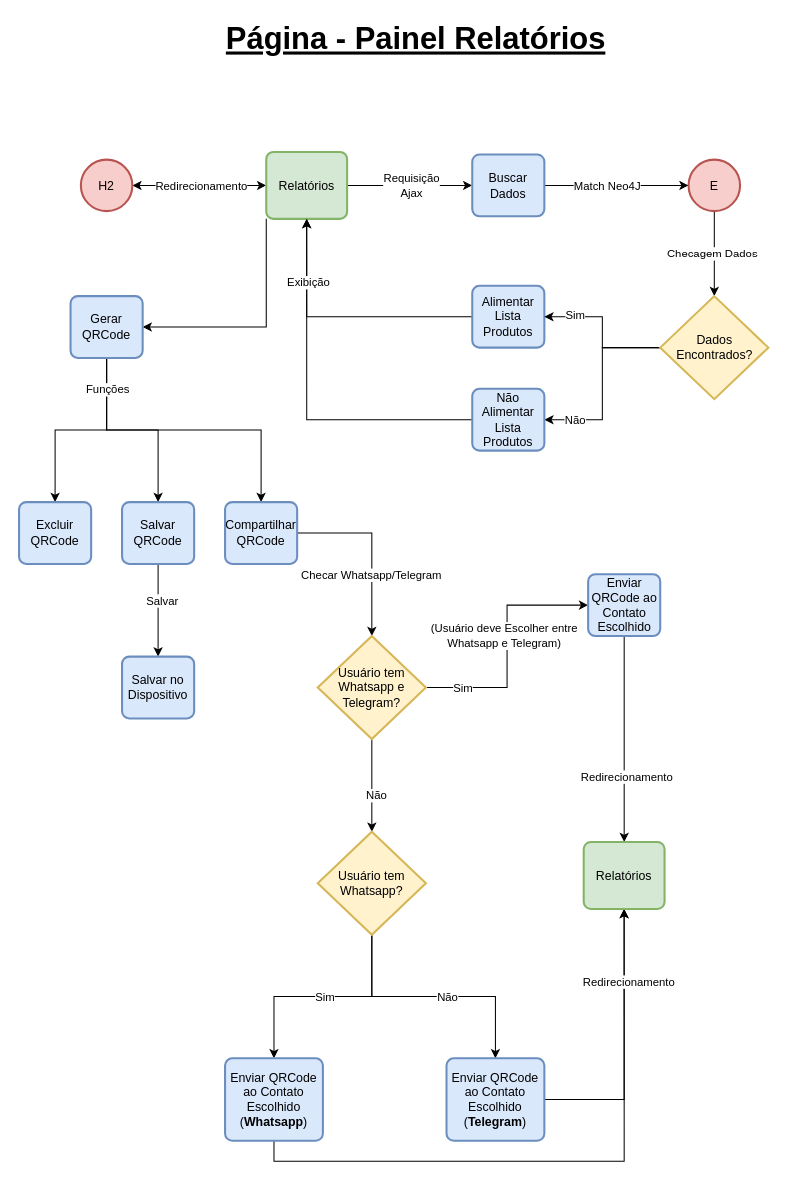
Above: page "Flow - Relatórios" (10 of 15) of TCC/Flow.drawio in CSFelix/UML (draw.io), before the change. Source tidied: cells renumbered, new cells numbered last; positions are measured from the earlier drawing's top-left corner, leaving out a move shared by most shapes. Both pictures are drawn from the tidied source at 103%, with x=0, y=0 at pixel (19, 18).
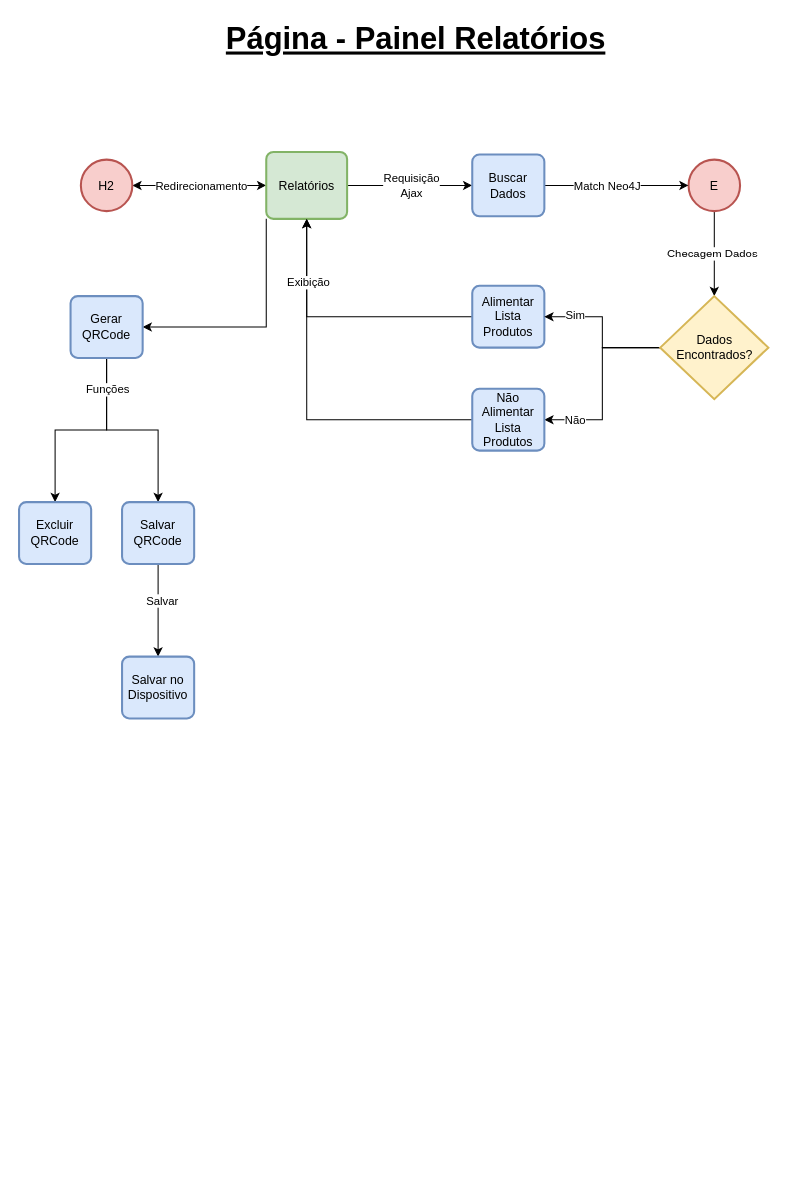
The same diagram, later.

The edit, as a diff of the source:
```diff
@@
-    <mxCell id="27" style="edgeStyle=orthogonalEdgeStyle;rounded=0;jettySize=auto;html=1;startArrow=none;startFill=0;endArrow=classic;endFill=1;" parent="1" edge="1" target="33">
-      <mxGeometry relative="1" as="geometry">
-        <mxPoint x="85" y="330" as="sourcePoint" />
-        <Array as="points">
-          <mxPoint x="85" y="400" />
-          <mxPoint x="235" y="400" />
-        </Array>
-      </mxGeometry>
-    </mxCell>
@@
-    <mxCell id="31" style="edgeStyle=orthogonalEdgeStyle;rounded=0;jettySize=auto;html=1;startArrow=none;startFill=0;endArrow=classic;endFill=1;" parent="1" edge="1" source="33" target="44">
-      <mxGeometry relative="1" as="geometry" />
-    </mxCell>
-    <mxCell id="32" value="Checar Whatsapp/Telegram" style="edgeLabel;html=1;align=center;verticalAlign=middle;" parent="31" vertex="1">
-      <mxGeometry x="0.31" y="-1" relative="1" as="geometry" />
-    </mxCell>
-    <mxCell id="33" value="Compartilhar QRCode" style="rounded=1;whiteSpace=wrap;html=1;absoluteArcSize=1;arcSize=14;strokeWidth=2;fillColor=#dae8fc;strokeColor=#6c8ebf;" parent="1" vertex="1">
-      <mxGeometry x="200" y="470" width="70" height="60" as="geometry" />
-    </mxCell>
@@
-    <mxCell id="39" style="edgeStyle=orthogonalEdgeStyle;rounded=0;jettySize=auto;html=1;startArrow=none;startFill=0;endArrow=classic;endFill=1;" parent="1" edge="1" source="44" target="47">
-      <mxGeometry relative="1" as="geometry" />
-    </mxCell>
-    <mxCell id="40" value="Sim" style="edgeLabel;html=1;align=center;verticalAlign=middle;" parent="39" vertex="1">
-      <mxGeometry x="-0.85" relative="1" as="geometry">
-        <mxPoint x="17" as="offset" />
-      </mxGeometry>
-    </mxCell>
-    <mxCell id="41" value="(Usuário deve Escolher entre&lt;br&gt;Whatsapp e Telegram)" style="edgeLabel;html=1;align=center;verticalAlign=middle;" parent="39" vertex="1">
-      <mxGeometry x="0.09" y="3" relative="1" as="geometry" />
-    </mxCell>
-    <mxCell id="42" style="edgeStyle=orthogonalEdgeStyle;rounded=0;jettySize=auto;html=1;entryX=0.5;entryY=0;entryDx=0;entryDy=0;entryPerimeter=0;startArrow=none;startFill=0;endArrow=classic;endFill=1;" parent="1" edge="1" source="44" target="52">
-      <mxGeometry relative="1" as="geometry" />
-    </mxCell>
-    <mxCell id="43" value="Não" style="edgeLabel;html=1;align=center;verticalAlign=middle;" parent="42" vertex="1">
-      <mxGeometry x="0.2" y="4" relative="1" as="geometry" />
-    </mxCell>
-    <mxCell id="44" value="Usuário tem Whatsapp e Telegram?" style="strokeWidth=2;html=1;shape=mxgraph.flowchart.decision;whiteSpace=wrap;fillColor=#fff2cc;strokeColor=#d6b656;" parent="1" vertex="1">
-      <mxGeometry x="290" y="600" width="105" height="100" as="geometry" />
-    </mxCell>
-    <mxCell id="45" style="edgeStyle=orthogonalEdgeStyle;rounded=0;jettySize=auto;html=1;startArrow=none;startFill=0;endArrow=classic;endFill=1;" parent="1" edge="1" source="47" target="58">
-      <mxGeometry relative="1" as="geometry" />
-    </mxCell>
-    <mxCell id="46" value="Redirecionamento" style="edgeLabel;html=1;align=center;verticalAlign=middle;" parent="45" vertex="1">
-      <mxGeometry x="0.36" y="2" relative="1" as="geometry" />
-    </mxCell>
-    <mxCell id="47" value="Enviar QRCode ao Contato Escolhido" style="rounded=1;whiteSpace=wrap;html=1;absoluteArcSize=1;arcSize=14;strokeWidth=2;fillColor=#dae8fc;strokeColor=#6c8ebf;" parent="1" vertex="1">
-      <mxGeometry x="552.5" y="540" width="70" height="60" as="geometry" />
-    </mxCell>
-    <mxCell id="48" style="edgeStyle=orthogonalEdgeStyle;rounded=0;jettySize=auto;html=1;startArrow=none;startFill=0;endArrow=classic;endFill=1;exitX=0.5;exitY=1;exitDx=0;exitDy=0;exitPerimeter=0;" parent="1" edge="1" source="52" target="57">
-      <mxGeometry relative="1" as="geometry" />
-    </mxCell>
-    <mxCell id="49" value="Não" style="edgeLabel;html=1;align=center;verticalAlign=middle;" parent="48" vertex="1">
-      <mxGeometry x="0.1" y="-5" relative="1" as="geometry">
-        <mxPoint x="0.5" y="-5" as="offset" />
-      </mxGeometry>
-    </mxCell>
-    <mxCell id="50" style="edgeStyle=orthogonalEdgeStyle;rounded=0;jettySize=auto;html=1;entryX=0.5;entryY=0;entryDx=0;entryDy=0;startArrow=none;startFill=0;endArrow=classic;endFill=1;" parent="1" edge="1" source="52" target="54">
-      <mxGeometry relative="1" as="geometry" />
-    </mxCell>
-    <mxCell id="51" value="Sim" style="edgeLabel;html=1;align=center;verticalAlign=middle;" parent="50" vertex="1">
-      <mxGeometry x="-0.14" y="-3" relative="1" as="geometry">
-        <mxPoint x="-14.5" y="3" as="offset" />
-      </mxGeometry>
-    </mxCell>
-    <mxCell id="52" value="Usuário tem Whatsapp?" style="strokeWidth=2;html=1;shape=mxgraph.flowchart.decision;whiteSpace=wrap;fillColor=#fff2cc;strokeColor=#d6b656;" parent="1" vertex="1">
-      <mxGeometry x="290" y="790" width="105" height="100" as="geometry" />
-    </mxCell>
-    <mxCell id="53" style="edgeStyle=orthogonalEdgeStyle;rounded=0;jettySize=auto;html=1;entryX=0.5;entryY=1;entryDx=0;entryDy=0;startArrow=none;startFill=0;endArrow=classic;endFill=1;exitX=0.5;exitY=1;exitDx=0;exitDy=0;" parent="1" edge="1" source="54" target="58">
-      <mxGeometry relative="1" as="geometry" />
-    </mxCell>
-    <mxCell id="54" value="Enviar QRCode ao Contato Escolhido&lt;br&gt;(&lt;b&gt;Whatsapp&lt;/b&gt;)" style="rounded=1;whiteSpace=wrap;html=1;absoluteArcSize=1;arcSize=14;strokeWidth=2;fillColor=#dae8fc;strokeColor=#6c8ebf;" parent="1" vertex="1">
-      <mxGeometry x="200" y="1010" width="95" height="80" as="geometry" />
-    </mxCell>
-    <mxCell id="55" style="edgeStyle=orthogonalEdgeStyle;rounded=0;jettySize=auto;html=1;entryX=0.5;entryY=1;entryDx=0;entryDy=0;startArrow=none;startFill=0;endArrow=classic;endFill=1;" parent="1" edge="1" source="57" target="58">
-      <mxGeometry relative="1" as="geometry" />
-    </mxCell>
-    <mxCell id="56" value="Redirecionamento" style="edgeLabel;html=1;align=center;verticalAlign=middle;" parent="55" vertex="1">
-      <mxGeometry x="0.47" y="-4" relative="1" as="geometry">
-        <mxPoint y="1" as="offset" />
-      </mxGeometry>
-    </mxCell>
-    <mxCell id="57" value="Enviar QRCode ao Contato Escolhido&lt;br&gt;(&lt;b&gt;Telegram&lt;/b&gt;)" style="rounded=1;whiteSpace=wrap;html=1;absoluteArcSize=1;arcSize=14;strokeWidth=2;fillColor=#dae8fc;strokeColor=#6c8ebf;" parent="1" vertex="1">
-      <mxGeometry x="415" y="1010" width="95" height="80" as="geometry" />
-    </mxCell>
-    <mxCell id="58" value="Relatórios" style="rounded=1;whiteSpace=wrap;html=1;absoluteArcSize=1;arcSize=14;strokeWidth=2;fillColor=#d5e8d4;strokeColor=#82b366;" parent="1" vertex="1">
-      <mxGeometry x="548.2" y="800" width="78.5" height="65" as="geometry" />
-    </mxCell>
```
